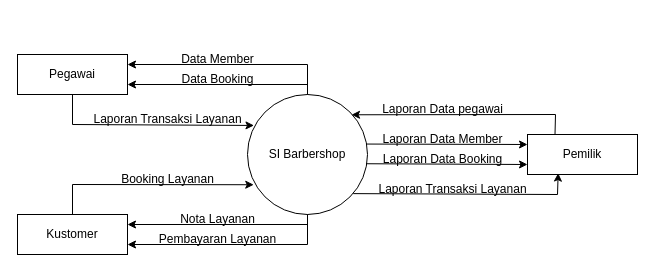
Before: Context Diagram.drawio in yogadwipayana/ERD, a draw.io diagram. Source tidied: cells renumbered, new cells numbered last; positions are measured from the earlier drawing's top-left corner, leaving out a move shared by most shapes. Both pictures are drawn from the tidied source at 100%, with x=0, y=0 at pixel (17, 44).
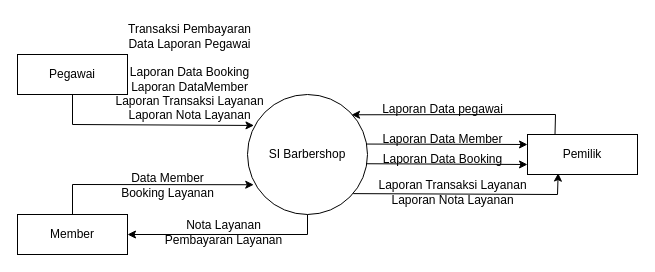
The same diagram, later.

The change refers to these unchanged cells:
```xml
<mxCell id="2" value="SI Barbershop" style="ellipse;whiteSpace=wrap;html=1;" parent="1" vertex="1">
  <mxGeometry x="230" y="50" width="120" height="120" as="geometry" />
</mxCell>
<mxCell id="5" value="Pegawai" style="rounded=0;whiteSpace=wrap;html=1;" parent="1" vertex="1">
  <mxGeometry y="10" width="110" height="40" as="geometry" />
</mxCell>
```

What changed in the source:
```diff
@@
-    <mxCell id="4" value="Kustomer" style="rounded=0;whiteSpace=wrap;html=1;" parent="1" vertex="1">
+    <mxCell id="4" value="Member" style="rounded=0;whiteSpace=wrap;html=1;" parent="1" vertex="1">
       <mxGeometry y="170" width="110" height="40" as="geometry" />
     </mxCell>
@@
-    <mxCell id="10" value="Booking Layanan" style="text;html=1;align=center;verticalAlign=middle;strokeColor=none;fillColor=none;" parent="1" vertex="1">
-      <mxGeometry x="90" y="120" width="120" height="30" as="geometry" />
+    <mxCell id="10" value="Data Member&lt;br&gt;Booking Layanan" style="text;html=1;align=center;verticalAlign=middle;strokeColor=none;fillColor=none;" parent="1" vertex="1">
+      <mxGeometry x="90" y="121" width="120" height="40" as="geometry" />
     </mxCell>
@@
-    <mxCell id="12" value="Pembayaran Layanan" style="text;html=1;align=center;verticalAlign=middle;strokeColor=none;fillColor=none;" parent="1" vertex="1">
-      <mxGeometry x="130" y="180" width="140" height="30" as="geometry" />
-    </mxCell>
@@
-    <mxCell id="14" value="Laporan Transaksi Layanan" style="text;html=1;align=center;verticalAlign=middle;strokeColor=none;fillColor=none;" parent="1" vertex="1">
-      <mxGeometry x="65" y="60" width="170" height="30" as="geometry" />
+    <mxCell id="14" value="Transaksi Pembayaran&lt;br&gt;Data Laporan Pegawai&lt;br&gt;&lt;br&gt;Laporan Data Booking&lt;br&gt;Laporan DataMember&lt;br&gt;Laporan Transaksi Layanan&lt;br&gt;Laporan Nota Layanan" style="text;html=1;align=center;verticalAlign=middle;strokeColor=none;fillColor=none;" parent="1" vertex="1">
+      <mxGeometry x="87" y="-27" width="170" height="110" as="geometry" />
     </mxCell>
-    <mxCell id="15" style="endArrow=classic;html=1;rounded=0;entryX=1;entryY=0.25;entryDx=0;entryDy=0;exitX=0.5;exitY=1;exitDx=0;exitDy=0;" parent="1" edge="1" source="2" target="4">
-      <mxGeometry relative="1" as="geometry">
-        <Array as="points">
-          <mxPoint x="290" y="180" />
-        </Array>
-      </mxGeometry>
-    </mxCell>
-    <mxCell id="16" value="Nota Layanan" style="text;html=1;align=center;verticalAlign=middle;strokeColor=none;fillColor=none;" parent="1" vertex="1">
-      <mxGeometry x="150" y="160" width="100" height="30" as="geometry" />
-    </mxCell>
-    <mxCell id="17" style="endArrow=classic;html=1;rounded=0;entryX=1;entryY=0.75;entryDx=0;entryDy=0;exitX=0.5;exitY=1;exitDx=0;exitDy=0;" parent="1" edge="1" source="2" target="4">
-      <mxGeometry relative="1" as="geometry">
-        <Array as="points">
-          <mxPoint x="290" y="200" />
-        </Array>
-      </mxGeometry>
-    </mxCell>
@@
-    <mxCell id="20" style="endArrow=classic;html=1;rounded=0;exitX=0.5;exitY=0;exitDx=0;exitDy=0;entryX=1;entryY=0.25;entryDx=0;entryDy=0;" parent="1" edge="1" source="2" target="5">
-      <mxGeometry relative="1" as="geometry">
-        <Array as="points">
-          <mxPoint x="290" y="20" />
-        </Array>
-      </mxGeometry>
-    </mxCell>
-    <mxCell id="21" style="endArrow=classic;html=1;rounded=0;exitX=0.5;exitY=0;exitDx=0;exitDy=0;entryX=1;entryY=0.75;entryDx=0;entryDy=0;" parent="1" edge="1" source="2" target="5">
-      <mxGeometry relative="1" as="geometry">
-        <Array as="points">
-          <mxPoint x="290" y="40" />
-        </Array>
-      </mxGeometry>
-    </mxCell>
-    <mxCell id="22" value="Data Booking" style="text;html=1;align=center;verticalAlign=middle;strokeColor=none;fillColor=none;" parent="1" vertex="1">
-      <mxGeometry x="150" y="20" width="100" height="30" as="geometry" />
-    </mxCell>
-    <mxCell id="23" value="Data Member" style="text;html=1;align=center;verticalAlign=middle;strokeColor=none;fillColor=none;" parent="1" vertex="1">
-      <mxGeometry x="150" width="100" height="30" as="geometry" />
-    </mxCell>
@@
-    <mxCell id="25" value="Laporan Transaksi Layanan" style="text;html=1;align=center;verticalAlign=middle;strokeColor=none;fillColor=none;" parent="1" vertex="1">
-      <mxGeometry x="350" y="130" width="170" height="30" as="geometry" />
+    <mxCell id="25" value="Laporan Transaksi Layanan&lt;br&gt;Laporan Nota Layanan" style="text;html=1;align=center;verticalAlign=middle;strokeColor=none;fillColor=none;" parent="1" vertex="1">
+      <mxGeometry x="350" y="128" width="170" height="40" as="geometry" />
     </mxCell>
+    <mxCell id="26" style="endArrow=classic;html=1;rounded=0;exitX=0.5;exitY=1;exitDx=0;exitDy=0;entryX=1;entryY=0.5;entryDx=0;entryDy=0;" parent="1" edge="1" source="2" target="4">
+      <mxGeometry relative="1" as="geometry">
+        <Array as="points">
+          <mxPoint x="290" y="190" />
+        </Array>
+      </mxGeometry>
+    </mxCell>
+    <mxCell id="27" value="Nota Layanan&lt;br&gt;Pembayaran Layanan" style="text;html=1;align=center;verticalAlign=middle;strokeColor=none;fillColor=none;" parent="1" vertex="1">
+      <mxGeometry x="136" y="168" width="140" height="40" as="geometry" />
+    </mxCell>
```
